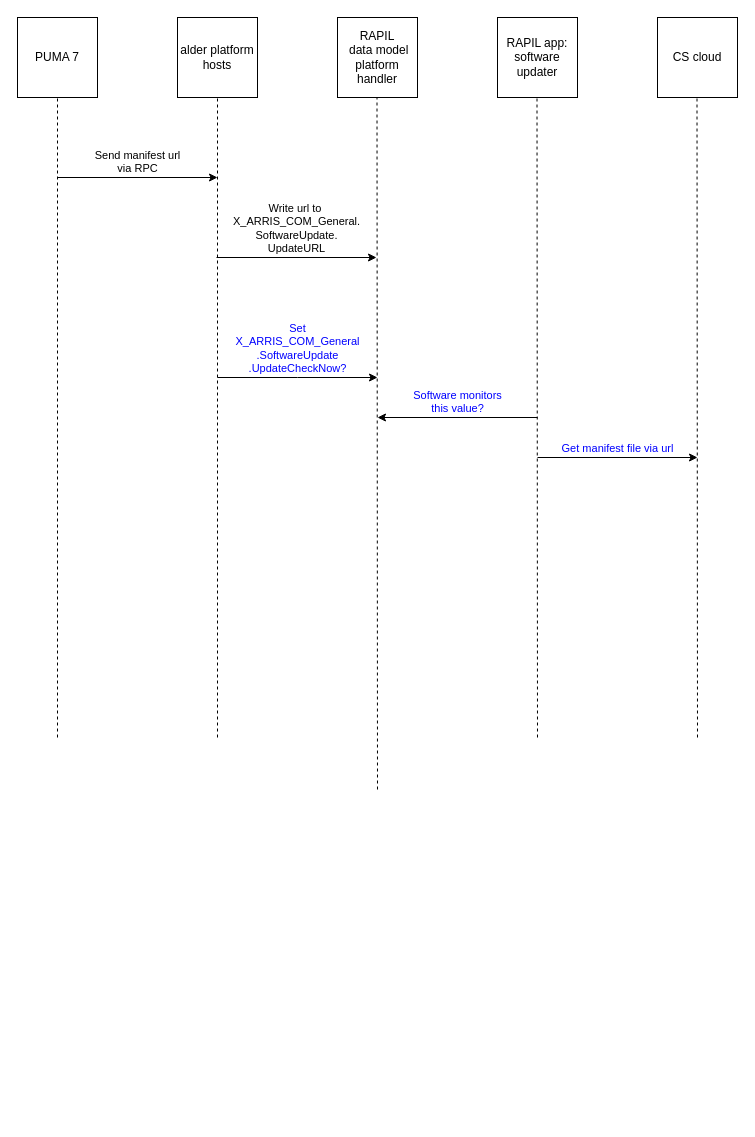
Before: 未命名绘图.drawio in ShastaYeh/PYTHON-, a draw.io diagram. Source tidied: cells renumbered, new cells numbered last; positions are measured from the earlier drawing's top-left corner, leaving out a move shared by most shapes. Both pictures are drawn from the tidied source at 100%, with x=0, y=0 at pixel (17, 17).
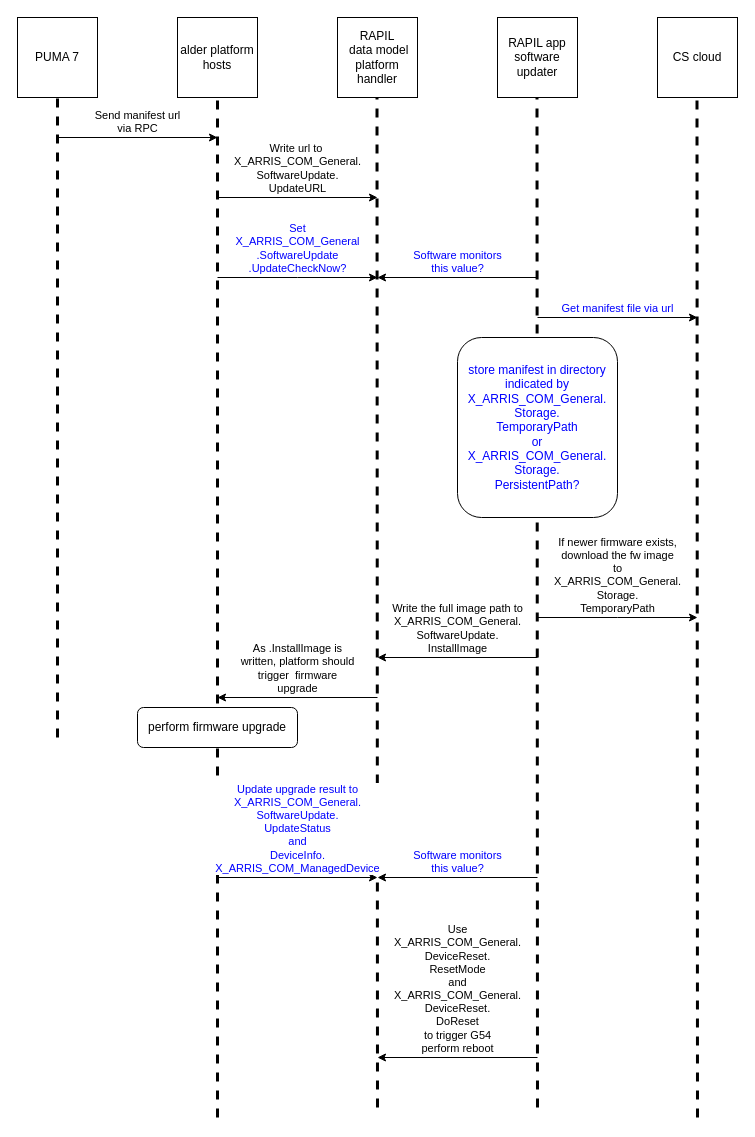
After the change.

Commit message:
更新未命名绘图.drawio

Unchanged cells that the change refers to:
```xml
<mxCell id="2" value="PUMA 7" style="rounded=0;whiteSpace=wrap;html=1;" parent="1" vertex="1">
  <mxGeometry width="80" height="80" as="geometry" />
</mxCell>
<mxCell id="3" value="alder platform hosts" style="rounded=0;whiteSpace=wrap;html=1;" parent="1" vertex="1">
  <mxGeometry x="160" width="80" height="80" as="geometry" />
</mxCell>
```

Diff of the diagram source:
```diff
@@
-    <mxCell id="4" style="endArrow=none;dashed=1;html=1;rounded=0;entryX=0.5;entryY=1;entryDx=0;entryDy=0;" parent="1" edge="1" target="2">
+    <mxCell id="4" style="endArrow=none;dashed=1;html=1;rounded=0;entryX=0.5;entryY=1;entryDx=0;entryDy=0;strokeWidth=3;" parent="1" edge="1" target="2">
       <mxGeometry relative="1" as="geometry">
         <mxPoint x="40" y="720" as="sourcePoint" />
       </mxGeometry>
     </mxCell>
@@
-    <mxCell id="6" value="RAPIL app:&lt;br&gt;software updater" style="rounded=0;whiteSpace=wrap;html=1;" parent="1" vertex="1">
+    <mxCell id="6" value="RAPIL app&lt;br&gt;software updater" style="rounded=0;whiteSpace=wrap;html=1;" parent="1" vertex="1">
       <mxGeometry x="480" width="80" height="80" as="geometry" />
     </mxCell>
-    <mxCell id="7" style="endArrow=none;dashed=1;html=1;rounded=0;entryX=0.5;entryY=1;entryDx=0;entryDy=0;" parent="1" edge="1" target="3">
+    <mxCell id="7" style="endArrow=none;dashed=1;html=1;rounded=0;entryX=0.5;entryY=1;entryDx=0;entryDy=0;strokeWidth=3;" parent="1" edge="1" target="3">
       <mxGeometry relative="1" as="geometry">
-        <mxPoint x="200" y="720" as="sourcePoint" />
+        <mxPoint x="200" y="1100" as="sourcePoint" />
       </mxGeometry>
     </mxCell>
-    <mxCell id="8" style="endArrow=none;dashed=1;html=1;rounded=0;entryX=0.5;entryY=1;entryDx=0;entryDy=0;" parent="1" edge="1">
+    <mxCell id="8" style="endArrow=none;dashed=1;html=1;rounded=0;entryX=0.5;entryY=1;entryDx=0;entryDy=0;strokeWidth=3;" parent="1" edge="1">
       <mxGeometry relative="1" as="geometry">
-        <mxPoint x="360" y="772" as="sourcePoint" />
+        <mxPoint x="360" y="1090" as="sourcePoint" />
         <mxPoint x="359.5" y="80" as="targetPoint" />
       </mxGeometry>
     </mxCell>
-    <mxCell id="9" style="endArrow=none;dashed=1;html=1;rounded=0;entryX=0.5;entryY=1;entryDx=0;entryDy=0;" parent="1" edge="1">
+    <mxCell id="9" style="endArrow=none;dashed=1;html=1;rounded=0;entryX=0.5;entryY=1;entryDx=0;entryDy=0;strokeWidth=3;" parent="1" edge="1">
       <mxGeometry relative="1" as="geometry">
-        <mxPoint x="520" y="720" as="sourcePoint" />
+        <mxPoint x="520" y="1090" as="sourcePoint" />
         <mxPoint x="519.5" y="80" as="targetPoint" />
       </mxGeometry>
     </mxCell>
     <mxCell id="10" value="Send manifest url&lt;br&gt;via RPC" style="endArrow=classic;html=1;rounded=0;labelPosition=center;verticalLabelPosition=top;align=center;verticalAlign=bottom;" parent="1" edge="1">
       <mxGeometry relative="1" as="geometry">
-        <mxPoint x="40" y="160" as="sourcePoint" />
-        <mxPoint x="200" y="160" as="targetPoint" />
+        <mxPoint x="40" y="120" as="sourcePoint" />
+        <mxPoint x="200" y="120" as="targetPoint" />
       </mxGeometry>
     </mxCell>
     <mxCell id="11" value="Write url to&amp;nbsp;&lt;br&gt;&lt;span style=&quot;font-size: 11px;&quot;&gt;X_ARRIS_COM_General.&lt;br&gt;SoftwareUpdate.&lt;br&gt;UpdateURL&lt;/span&gt;" style="endArrow=classic;html=1;rounded=0;labelPosition=center;verticalLabelPosition=top;align=center;verticalAlign=bottom;" parent="1" edge="1">
       <mxGeometry relative="1" as="geometry">
-        <mxPoint x="199" y="240" as="sourcePoint" />
-        <mxPoint x="359" y="240" as="targetPoint" />
+        <mxPoint x="200" y="180" as="sourcePoint" />
+        <mxPoint x="360" y="180" as="targetPoint" />
       </mxGeometry>
     </mxCell>
     <mxCell id="12" value="&lt;font color=&quot;#0000ff&quot;&gt;Set&lt;br&gt;X_ARRIS_COM_General&lt;br&gt;.SoftwareUpdate&lt;br&gt;.UpdateCheckNow?&lt;/font&gt;" style="endArrow=classic;html=1;rounded=0;labelPosition=center;verticalLabelPosition=top;align=center;verticalAlign=bottom;" parent="1" edge="1">
       <mxGeometry relative="1" as="geometry">
-        <mxPoint x="200" y="360" as="sourcePoint" />
-        <mxPoint x="360" y="360" as="targetPoint" />
+        <mxPoint x="200" y="260" as="sourcePoint" />
+        <mxPoint x="360" y="260" as="targetPoint" />
         <Array as="points">
-          <mxPoint x="280" y="360" />
+          <mxPoint x="280" y="260" />
         </Array>
       </mxGeometry>
     </mxCell>
     <mxCell id="13" value="Software monitors&lt;br&gt;this value?" style="endArrow=classic;html=1;rounded=0;fontColor=#0000FF;labelPosition=center;verticalLabelPosition=top;align=center;verticalAlign=bottom;" parent="1" edge="1">
       <mxGeometry relative="1" as="geometry">
-        <mxPoint x="520" y="400" as="sourcePoint" />
-        <mxPoint x="360" y="400" as="targetPoint" />
+        <mxPoint x="520" y="260" as="sourcePoint" />
+        <mxPoint x="360" y="260" as="targetPoint" />
       </mxGeometry>
     </mxCell>
@@
-    <mxCell id="15" style="endArrow=none;dashed=1;html=1;rounded=0;entryX=0.5;entryY=1;entryDx=0;entryDy=0;" parent="1" edge="1">
+    <mxCell id="15" style="endArrow=none;dashed=1;html=1;rounded=0;entryX=0.5;entryY=1;entryDx=0;entryDy=0;strokeWidth=3;" parent="1" edge="1">
       <mxGeometry relative="1" as="geometry">
-        <mxPoint x="680" y="720" as="sourcePoint" />
+        <mxPoint x="680" y="1100" as="sourcePoint" />
         <mxPoint x="679.5" y="80" as="targetPoint" />
       </mxGeometry>
     </mxCell>
     <mxCell id="16" value="Get manifest file via url" style="endArrow=classic;html=1;rounded=0;fontColor=#0000FF;labelPosition=center;verticalLabelPosition=top;align=center;verticalAlign=bottom;" parent="1" edge="1">
       <mxGeometry relative="1" as="geometry">
-        <mxPoint x="520" y="440" as="sourcePoint" />
-        <mxPoint x="680" y="440" as="targetPoint" />
+        <mxPoint x="520" y="300" as="sourcePoint" />
+        <mxPoint x="680" y="300" as="targetPoint" />
       </mxGeometry>
     </mxCell>
+    <mxCell id="17" value="store manifest in directory indicated by&lt;br&gt;X_ARRIS_COM_General.&lt;br&gt;Storage.&lt;br&gt;TemporaryPath&lt;br&gt;or&lt;br&gt;X_ARRIS_COM_General.&lt;br&gt;Storage.&lt;br&gt;PersistentPath?" style="rounded=1;whiteSpace=wrap;html=1;fontColor=#0000FF;" parent="1" vertex="1">
+      <mxGeometry x="440" y="320" width="160" height="180" as="geometry" />
+    </mxCell>
+    <mxCell id="18" value="If newer firmware exists,&lt;br&gt;download the fw image&lt;br&gt;to&lt;br&gt;&lt;span style=&quot;font-size: 11px;&quot;&gt;X_ARRIS_COM_General.&lt;br&gt;Storage.&lt;br&gt;TemporaryPath&lt;/span&gt;" style="endArrow=classic;html=1;rounded=0;fontColor=#000000;labelPosition=center;verticalLabelPosition=top;align=center;verticalAlign=bottom;" parent="1" edge="1">
+      <mxGeometry relative="1" as="geometry">
+        <mxPoint x="520" y="600" as="sourcePoint" />
+        <mxPoint x="680" y="600" as="targetPoint" />
+        <Array as="points">
+          <mxPoint x="600" y="600" />
+        </Array>
+      </mxGeometry>
+    </mxCell>
+    <mxCell id="19" value="Write the full image path to&lt;br&gt;&lt;span style=&quot;font-size: 11px;&quot;&gt;X_ARRIS_COM_General.&lt;br&gt;SoftwareUpdate.&lt;br&gt;InstallImage&lt;/span&gt;" style="endArrow=classic;html=1;rounded=0;fontColor=#000000;labelPosition=center;verticalLabelPosition=top;align=center;verticalAlign=bottom;" parent="1" edge="1">
+      <mxGeometry relative="1" as="geometry">
+        <mxPoint x="520" y="640" as="sourcePoint" />
+        <mxPoint x="360" y="640" as="targetPoint" />
+      </mxGeometry>
+    </mxCell>
+    <mxCell id="20" value="As .InstallImage is&lt;br&gt;written, platform should&lt;br&gt;trigger&amp;nbsp;&amp;nbsp;firmware &lt;br&gt;upgrade" style="endArrow=classic;html=1;rounded=0;fontColor=#000000;labelPosition=center;verticalLabelPosition=top;align=center;verticalAlign=bottom;" parent="1" edge="1">
+      <mxGeometry relative="1" as="geometry">
+        <mxPoint x="360" y="680" as="sourcePoint" />
+        <mxPoint x="200" y="680" as="targetPoint" />
+      </mxGeometry>
+    </mxCell>
+    <mxCell id="21" value="perform firmware upgrade" style="rounded=1;whiteSpace=wrap;html=1;fontColor=#000000;" parent="1" vertex="1">
+      <mxGeometry x="120" y="690" width="160" height="40" as="geometry" />
+    </mxCell>
+    <mxCell id="22" value="&lt;font color=&quot;#0000ff&quot;&gt;Update upgrade result to&lt;br&gt;&lt;span style=&quot;font-size: 11px;&quot;&gt;X_ARRIS_COM_General.&lt;/span&gt;&lt;br&gt;&lt;span style=&quot;font-size: 11px;&quot;&gt;SoftwareUpdate.&lt;/span&gt;&lt;br&gt;&lt;span style=&quot;font-size: 11px;&quot;&gt;UpdateStatus&lt;/span&gt;&lt;br&gt;&lt;span style=&quot;font-size: 11px;&quot;&gt;and&lt;/span&gt;&lt;br&gt;&lt;span style=&quot;font-size: 11px;&quot;&gt;DeviceInfo.&lt;br&gt;X_ARRIS_COM_ManagedDevice&lt;/span&gt;&lt;br&gt;&lt;/font&gt;" style="endArrow=classic;html=1;rounded=0;fontColor=#000000;labelPosition=center;verticalLabelPosition=top;align=center;verticalAlign=bottom;" parent="1" edge="1">
+      <mxGeometry relative="1" as="geometry">
+        <mxPoint x="200" y="860" as="sourcePoint" />
+        <mxPoint x="360" y="860" as="targetPoint" />
+      </mxGeometry>
+    </mxCell>
+    <mxCell id="23" value="Software monitors&lt;br&gt;this value?" style="endArrow=classic;html=1;rounded=0;fontColor=#0000FF;labelPosition=center;verticalLabelPosition=top;align=center;verticalAlign=bottom;" parent="1" edge="1">
+      <mxGeometry relative="1" as="geometry">
+        <mxPoint x="520" y="860" as="sourcePoint" />
+        <mxPoint x="360" y="860" as="targetPoint" />
+      </mxGeometry>
+    </mxCell>
+    <mxCell id="24" value="Use&lt;br&gt;X_ARRIS_COM_General.&lt;br&gt;DeviceReset.&lt;br&gt;ResetMode&lt;br&gt;and&lt;br&gt;&lt;span style=&quot;font-size: 11px;&quot;&gt;X_ARRIS_COM_General.&lt;br&gt;DeviceReset.&lt;br&gt;DoReset&lt;br&gt;&lt;/span&gt;to trigger G54&lt;br&gt;perform reboot" style="endArrow=classic;html=1;rounded=0;fontColor=#000000;labelPosition=center;verticalLabelPosition=top;align=center;verticalAlign=bottom;" parent="1" edge="1">
+      <mxGeometry relative="1" as="geometry">
+        <mxPoint x="520" y="1040" as="sourcePoint" />
+        <mxPoint x="360" y="1040" as="targetPoint" />
+      </mxGeometry>
+    </mxCell>
```
